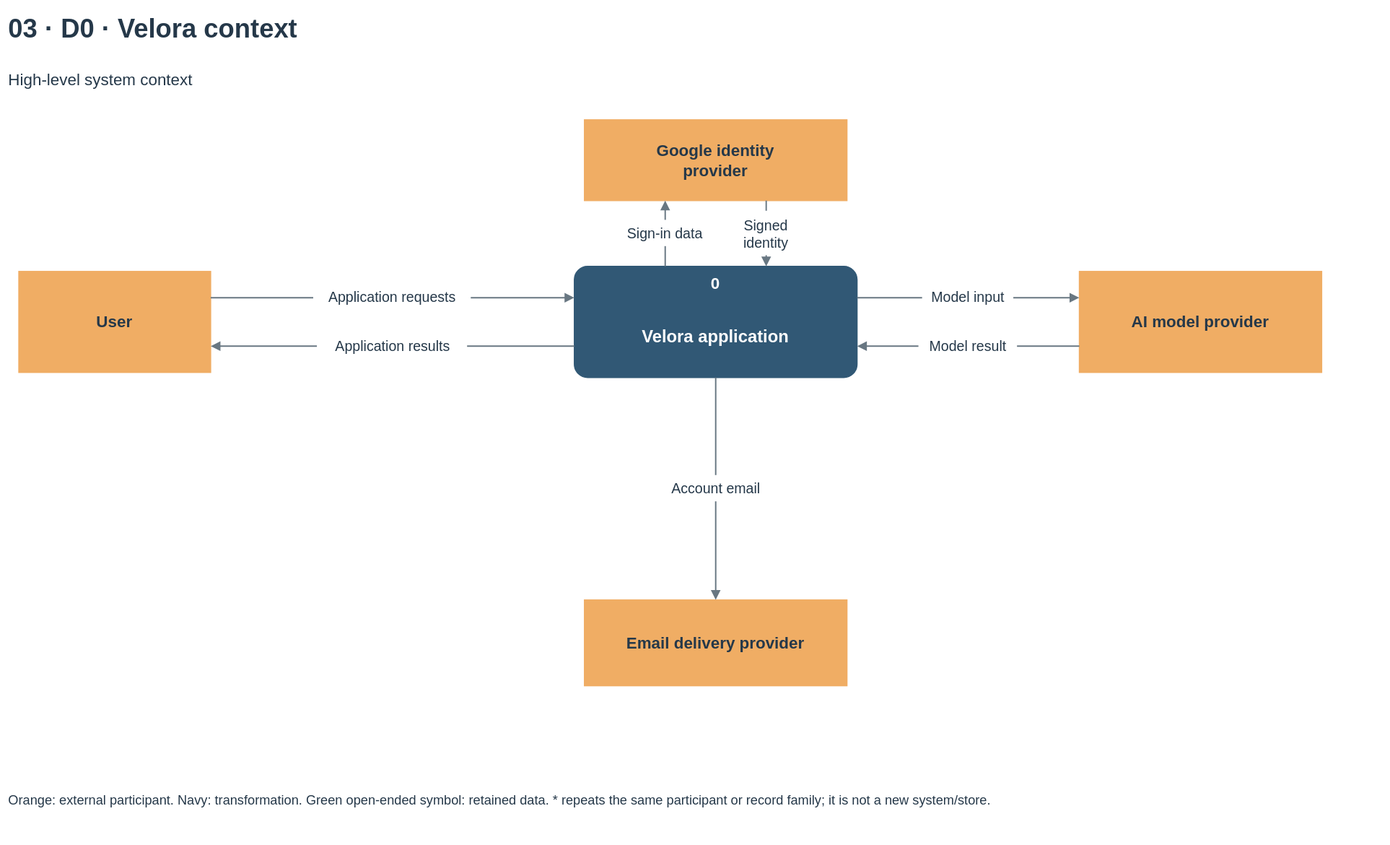
HieuCuteDangYeu/velora-backend keeps this draw.io diagram as docs/diagrams/velora-current/importable-svg/03-dfd-context.drawio.svg. Above is the earlier version. Source tidied: cells renumbered, new cells last; positions are measured from the earlier drawing's top-left corner, leaving out a move shared by most shapes.
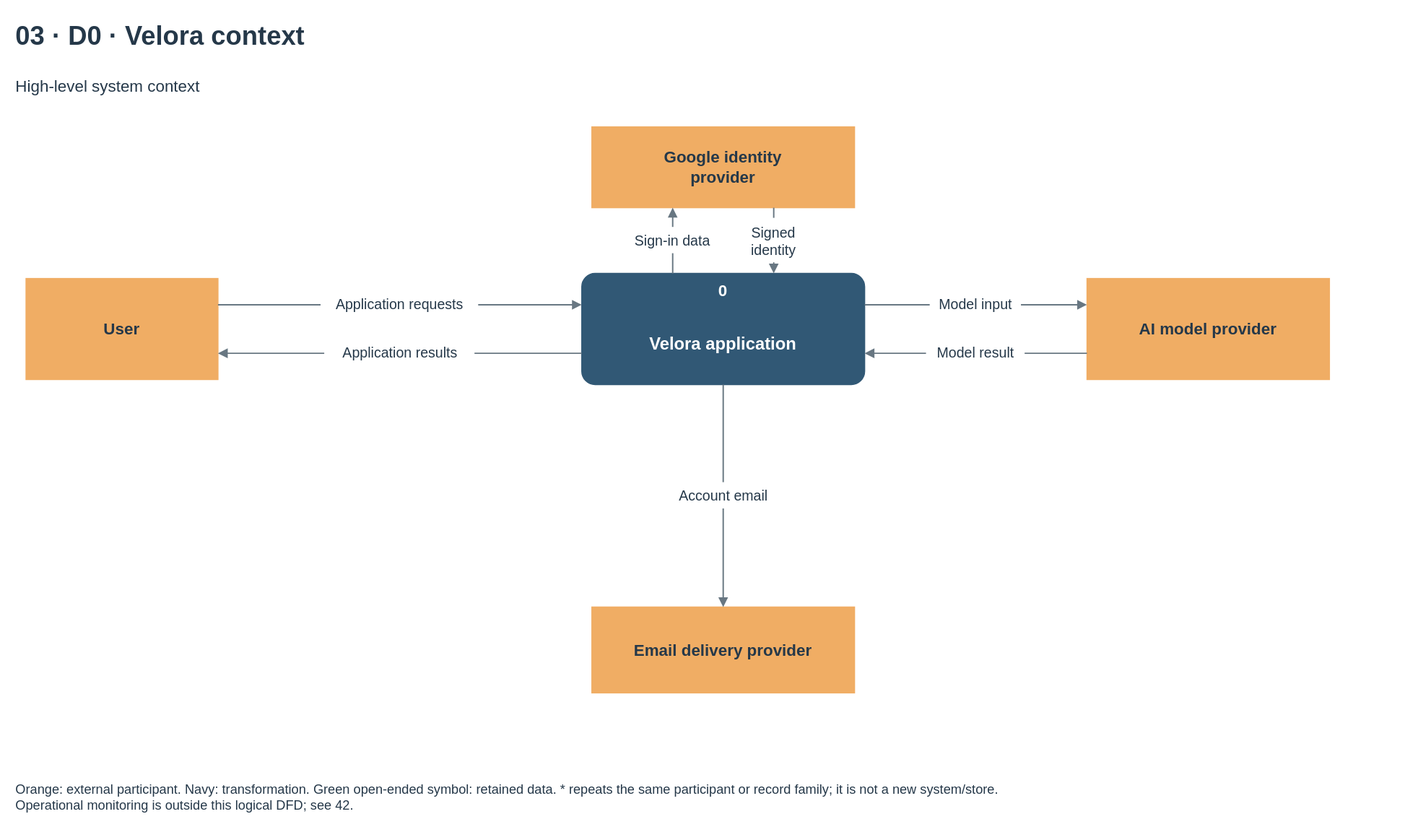
Later version of the same file.

Change to the diagram source:
```diff
@@ -104,8 +104,8 @@
     <mxCell id="35" value="Application results" style="text;html=1;whiteSpace=wrap;fontFamily=Arial;fontSize=14;fontColor=#253849;fontStyle=0;align=center;verticalAlign=middle;spacing=0;" parent="1" vertex="1">
       <mxGeometry x="305.6" y="321" width="148.7" height="26" as="geometry" />
     </mxCell>
-    <mxCell id="36" value="Orange: external participant. Navy: transformation. Green open-ended symbol: retained data. * repeats the same participant or record family; it is not a new system/store." style="text;html=1;whiteSpace=wrap;fontFamily=Arial;fontSize=13;fontColor=#253849;fontStyle=0;align=left;verticalAlign=middle;spacing=0;" parent="1" vertex="1">
-      <mxGeometry y="745" width="1360" height="75" as="geometry" />
+    <mxCell id="36" value="Orange: external participant. Navy: transformation. Green open-ended symbol: retained data. * repeats the same participant or record family; it is not a new system/store.&lt;br&gt;Operational monitoring is outside this logical DFD; see 42." style="text;html=1;whiteSpace=wrap;fontFamily=Arial;fontSize=13;fontColor=#253849;fontStyle=0;align=left;verticalAlign=middle;spacing=0;" parent="1" vertex="1">
+      <mxGeometry y="745" width="1360" height="56" as="geometry" />
     </mxCell>
   </root>
 </mxGraphModel>
```
